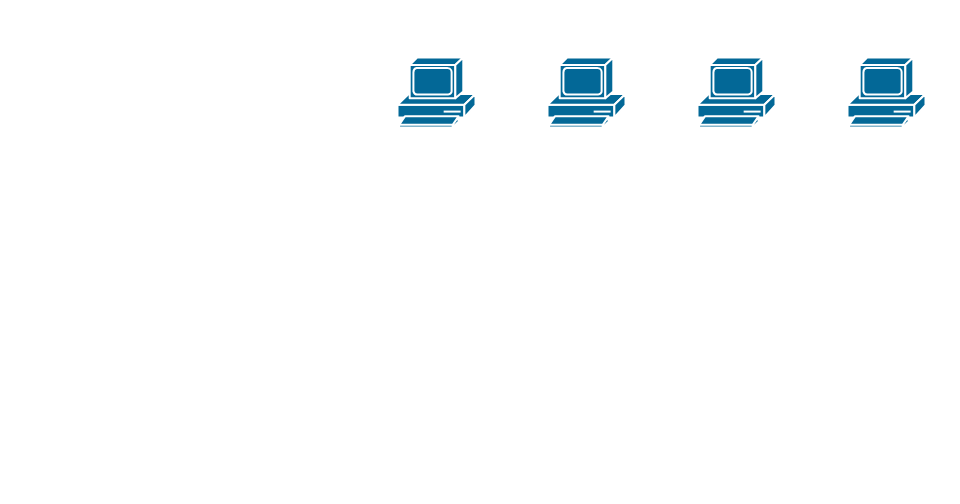
Above: Network Diagram.drawio in julieeesy/Network_Diagram (draw.io), before the change. Source tidied: cells renumbered, new cells numbered last; positions are measured from the earlier drawing's top-left corner, leaving out a move shared by most shapes. Both pictures are drawn from the tidied source at 100%, with x=0, y=0 at pixel (397, 57).
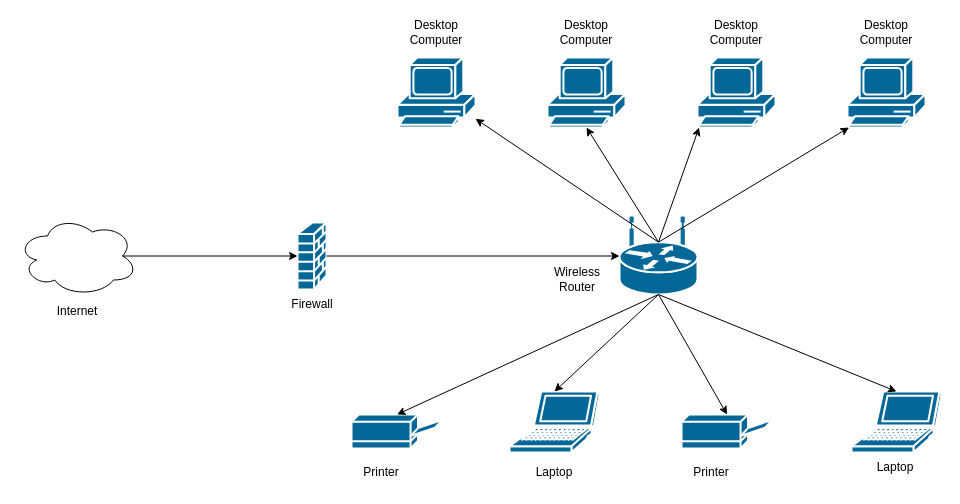
The same page after the edit.

Unchanged cells that the change refers to:
```xml
<mxCell id="2" style="shape=mxgraph.cisco.computers_and_peripherals.pc;sketch=0;html=1;dashed=0;fillColor=#036897;strokeColor=#ffffff;strokeWidth=2;verticalLabelPosition=bottom;verticalAlign=top;align=center;outlineConnect=0;" parent="1" vertex="1">
  <mxGeometry width="78" height="70" as="geometry" />
</mxCell>
<mxCell id="3" style="shape=mxgraph.cisco.computers_and_peripherals.pc;sketch=0;html=1;dashed=0;fillColor=#036897;strokeColor=#ffffff;strokeWidth=2;verticalLabelPosition=bottom;verticalAlign=top;align=center;outlineConnect=0;" parent="1" vertex="1">
  <mxGeometry x="300" width="78" height="70" as="geometry" />
</mxCell>
<mxCell id="4" style="shape=mxgraph.cisco.computers_and_peripherals.pc;sketch=0;html=1;dashed=0;fillColor=#036897;strokeColor=#ffffff;strokeWidth=2;verticalLabelPosition=bottom;verticalAlign=top;align=center;outlineConnect=0;" parent="1" vertex="1">
  <mxGeometry x="150" width="78" height="70" as="geometry" />
</mxCell>
<mxCell id="5" style="shape=mxgraph.cisco.computers_and_peripherals.pc;sketch=0;html=1;dashed=0;fillColor=#036897;strokeColor=#ffffff;strokeWidth=2;verticalLabelPosition=bottom;verticalAlign=top;align=center;outlineConnect=0;" parent="1" vertex="1">
  <mxGeometry x="450" width="78" height="70" as="geometry" />
</mxCell>
```

What changed in the source:
```diff
@@
+    <mxCell id="6" style="shape=mxgraph.cisco.computers_and_peripherals.printer;sketch=0;html=1;dashed=0;fillColor=#036897;strokeColor=#ffffff;strokeWidth=2;verticalLabelPosition=bottom;verticalAlign=top;align=center;outlineConnect=0;" parent="1" vertex="1">
+      <mxGeometry x="-46" y="357" width="91" height="34" as="geometry" />
+    </mxCell>
+    <mxCell id="7" style="shape=mxgraph.cisco.security.firewall;sketch=0;html=1;dashed=0;fillColor=#036897;strokeColor=#ffffff;strokeWidth=2;verticalLabelPosition=bottom;verticalAlign=top;align=center;outlineConnect=0;" parent="1" vertex="1">
+      <mxGeometry x="-100" y="165" width="29" height="67" as="geometry" />
+    </mxCell>
+    <mxCell id="8" style="shape=mxgraph.cisco.computers_and_peripherals.printer;sketch=0;html=1;dashed=0;fillColor=#036897;strokeColor=#ffffff;strokeWidth=2;verticalLabelPosition=bottom;verticalAlign=top;align=center;outlineConnect=0;" parent="1" vertex="1">
+      <mxGeometry x="284" y="357" width="91" height="34" as="geometry" />
+    </mxCell>
+    <mxCell id="9" style="shape=mxgraph.cisco.computers_and_peripherals.laptop;sketch=0;html=1;dashed=0;fillColor=#036897;strokeColor=#ffffff;strokeWidth=2;verticalLabelPosition=bottom;verticalAlign=top;align=center;outlineConnect=0;" parent="1" vertex="1">
+      <mxGeometry x="112" y="334" width="90" height="61" as="geometry" />
+    </mxCell>
+    <mxCell id="10" style="shape=mxgraph.cisco.computers_and_peripherals.laptop;sketch=0;html=1;dashed=0;fillColor=#036897;strokeColor=#ffffff;strokeWidth=2;verticalLabelPosition=bottom;verticalAlign=top;align=center;outlineConnect=0;" parent="1" vertex="1">
+      <mxGeometry x="454" y="334" width="90" height="61" as="geometry" />
+    </mxCell>
+    <mxCell id="11" style="shape=mxgraph.cisco.routers.wireless_router;sketch=0;html=1;dashed=0;fillColor=#036897;strokeColor=#ffffff;strokeWidth=2;verticalLabelPosition=bottom;verticalAlign=top;align=center;outlineConnect=0;" parent="1" vertex="1">
+      <mxGeometry x="222" y="160" width="78" height="77" as="geometry" />
+    </mxCell>
+    <mxCell id="12" style="ellipse;shape=cloud;whiteSpace=wrap;html=1;" parent="1" vertex="1">
+      <mxGeometry x="-380" y="158.5" width="120" height="80" as="geometry" />
+    </mxCell>
+    <mxCell id="13" style="endArrow=classic;html=1;rounded=0;exitX=0.875;exitY=0.5;exitDx=0;exitDy=0;exitPerimeter=0;entryX=0;entryY=0.5;entryDx=0;entryDy=0;entryPerimeter=0;" parent="1" edge="1" source="12" target="7">
+      <mxGeometry relative="1" as="geometry" />
+    </mxCell>
+    <mxCell id="14" style="endArrow=classic;html=1;rounded=0;exitX=1;exitY=0.5;exitDx=0;exitDy=0;exitPerimeter=0;entryX=0;entryY=0.5;entryDx=0;entryDy=0;entryPerimeter=0;" parent="1" edge="1" source="7" target="11">
+      <mxGeometry relative="1" as="geometry" />
+    </mxCell>
+    <mxCell id="15" style="endArrow=classic;html=1;rounded=0;exitX=0.5;exitY=0.32;exitDx=0;exitDy=0;exitPerimeter=0;" parent="1" edge="1" source="11" target="2">
+      <mxGeometry relative="1" as="geometry" />
+    </mxCell>
+    <mxCell id="16" style="endArrow=classic;html=1;rounded=0;exitX=0.5;exitY=0.32;exitDx=0;exitDy=0;exitPerimeter=0;entryX=0.5;entryY=1;entryDx=0;entryDy=0;entryPerimeter=0;" parent="1" edge="1" source="11" target="4">
+      <mxGeometry relative="1" as="geometry" />
+    </mxCell>
+    <mxCell id="17" style="endArrow=classic;html=1;rounded=0;exitX=0.5;exitY=0.32;exitDx=0;exitDy=0;exitPerimeter=0;entryX=0.02;entryY=1;entryDx=0;entryDy=0;entryPerimeter=0;" parent="1" edge="1" source="11" target="3">
+      <mxGeometry relative="1" as="geometry" />
+    </mxCell>
+    <mxCell id="18" style="endArrow=classic;html=1;rounded=0;exitX=0.5;exitY=0.32;exitDx=0;exitDy=0;exitPerimeter=0;entryX=0.02;entryY=1;entryDx=0;entryDy=0;entryPerimeter=0;" parent="1" edge="1" source="11" target="5">
+      <mxGeometry relative="1" as="geometry" />
+    </mxCell>
+    <mxCell id="19" style="endArrow=classic;html=1;rounded=0;exitX=0.5;exitY=1;exitDx=0;exitDy=0;exitPerimeter=0;entryX=0.5;entryY=0;entryDx=0;entryDy=0;entryPerimeter=0;" parent="1" edge="1" source="11" target="6">
+      <mxGeometry relative="1" as="geometry" />
+    </mxCell>
+    <mxCell id="20" style="endArrow=classic;html=1;rounded=0;exitX=0.5;exitY=1;exitDx=0;exitDy=0;exitPerimeter=0;entryX=0.5;entryY=0;entryDx=0;entryDy=0;entryPerimeter=0;" parent="1" edge="1" source="11" target="9">
+      <mxGeometry relative="1" as="geometry" />
+    </mxCell>
+    <mxCell id="21" style="endArrow=classic;html=1;rounded=0;exitX=0.5;exitY=1;exitDx=0;exitDy=0;exitPerimeter=0;entryX=0.5;entryY=0;entryDx=0;entryDy=0;entryPerimeter=0;" parent="1" edge="1" source="11" target="8">
+      <mxGeometry relative="1" as="geometry" />
+    </mxCell>
+    <mxCell id="22" style="endArrow=classic;html=1;rounded=0;exitX=0.5;exitY=1;exitDx=0;exitDy=0;exitPerimeter=0;entryX=0.5;entryY=0;entryDx=0;entryDy=0;entryPerimeter=0;" parent="1" edge="1" source="11" target="10">
+      <mxGeometry relative="1" as="geometry" />
+    </mxCell>
+    <mxCell id="23" value="Internet" style="text;html=1;strokeColor=none;fillColor=none;align=center;verticalAlign=middle;whiteSpace=wrap;rounded=0;" parent="1" vertex="1">
+      <mxGeometry x="-350" y="238.5" width="60" height="30" as="geometry" />
+    </mxCell>
+    <mxCell id="24" value="Firewall" style="text;html=1;strokeColor=none;fillColor=none;align=center;verticalAlign=middle;whiteSpace=wrap;rounded=0;" parent="1" vertex="1">
+      <mxGeometry x="-115.5" y="232" width="60" height="30" as="geometry" />
+    </mxCell>
+    <mxCell id="25" value="Desktop Computer" style="text;html=1;strokeColor=none;fillColor=none;align=center;verticalAlign=middle;whiteSpace=wrap;rounded=0;" parent="1" vertex="1">
+      <mxGeometry x="9" y="-40" width="60" height="30" as="geometry" />
+    </mxCell>
+    <mxCell id="26" value="Desktop Computer" style="text;html=1;strokeColor=none;fillColor=none;align=center;verticalAlign=middle;whiteSpace=wrap;rounded=0;" parent="1" vertex="1">
+      <mxGeometry x="159" y="-40" width="60" height="30" as="geometry" />
+    </mxCell>
+    <mxCell id="27" value="Desktop Computer" style="text;html=1;strokeColor=none;fillColor=none;align=center;verticalAlign=middle;whiteSpace=wrap;rounded=0;" parent="1" vertex="1">
+      <mxGeometry x="309" y="-40" width="60" height="30" as="geometry" />
+    </mxCell>
+    <mxCell id="28" value="Desktop Computer" style="text;html=1;strokeColor=none;fillColor=none;align=center;verticalAlign=middle;whiteSpace=wrap;rounded=0;" parent="1" vertex="1">
+      <mxGeometry x="459" y="-40" width="60" height="30" as="geometry" />
+    </mxCell>
+    <mxCell id="29" value="Printer" style="text;html=1;strokeColor=none;fillColor=none;align=center;verticalAlign=middle;whiteSpace=wrap;rounded=0;" parent="1" vertex="1">
+      <mxGeometry x="-46" y="400" width="60" height="30" as="geometry" />
+    </mxCell>
+    <mxCell id="30" value="Printer" style="text;html=1;strokeColor=none;fillColor=none;align=center;verticalAlign=middle;whiteSpace=wrap;rounded=0;" parent="1" vertex="1">
+      <mxGeometry x="284" y="400" width="60" height="30" as="geometry" />
+    </mxCell>
+    <mxCell id="31" value="Laptop" style="text;html=1;strokeColor=none;fillColor=none;align=center;verticalAlign=middle;whiteSpace=wrap;rounded=0;" parent="1" vertex="1">
+      <mxGeometry x="127" y="400" width="60" height="30" as="geometry" />
+    </mxCell>
+    <mxCell id="32" value="Laptop" style="text;html=1;strokeColor=none;fillColor=none;align=center;verticalAlign=middle;whiteSpace=wrap;rounded=0;" parent="1" vertex="1">
+      <mxGeometry x="468" y="395" width="60" height="30" as="geometry" />
+    </mxCell>
+    <mxCell id="33" value="Wireless Router" style="text;html=1;strokeColor=none;fillColor=none;align=center;verticalAlign=middle;whiteSpace=wrap;rounded=0;" parent="1" vertex="1">
+      <mxGeometry x="150" y="207" width="60" height="30" as="geometry" />
+    </mxCell>
```
